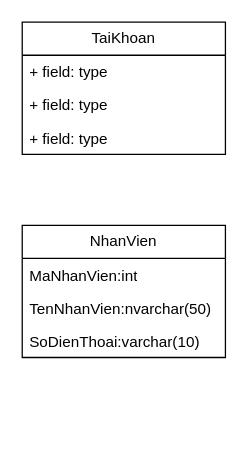
maivantai2003/vercelDemo keeps this draw.io diagram as j2ee.drawio. Above is the earlier version. Source tidied: cells renumbered, new cells numbered last; positions are measured from the earlier drawing's top-left corner, leaving out a move shared by most shapes. Both pictures are drawn from the tidied source at 127%, with x=0, y=0 at pixel (22, 22).
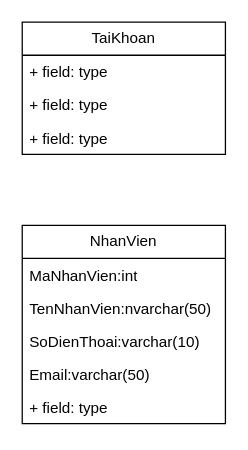
After the change.

Diff of the diagram source:
```diff
@@
 <mxGraphModel>
   <root>
     <mxCell id="0" />
     <mxCell id="1" parent="0" />
     <mxCell id="2" value="TaiKhoan" style="swimlane;fontStyle=0;horizontal=1;startSize=26;fillColor=none;whiteSpace=wrap;html=1;" parent="1" vertex="1">
       <mxGeometry width="160" height="104" as="geometry" />
     </mxCell>
     <mxCell id="3" value="+ field: type" style="text;strokeColor=none;fillColor=none;align=left;verticalAlign=top;spacingLeft=4;spacingRight=4;overflow=hidden;whiteSpace=wrap;html=1;" parent="2" vertex="1">
       <mxGeometry y="26" width="160" height="26" as="geometry" />
     </mxCell>
     <mxCell id="4" value="+ field: type" style="text;strokeColor=none;fillColor=none;align=left;verticalAlign=top;spacingLeft=4;spacingRight=4;overflow=hidden;whiteSpace=wrap;html=1;" parent="2" vertex="1">
       <mxGeometry y="52" width="160" height="26" as="geometry" />
     </mxCell>
-    <mxCell id="5" value="+ field: type" style="text;strokeColor=none;fillColor=none;align=left;verticalAlign=top;spacingLeft=4;spacingRight=4;overflow=hidden;whiteSpace=wrap;html=1;" parent="2" vertex="1">
-      <mxGeometry y="78" width="160" height="26" as="geometry" />
-    </mxCell>
+    <mxCell id="10" value="+ field: type" style="text;strokeColor=none;fillColor=none;align=left;verticalAlign=top;spacingLeft=4;spacingRight=4;overflow=hidden;whiteSpace=wrap;html=1;" parent="2" vertex="1">
+      <mxGeometry y="78" width="160" height="26" as="geometry" />
+    </mxCell>
     <mxCell id="6" value="NhanVien" style="swimlane;fontStyle=0;horizontal=1;startSize=26;fillColor=none;whiteSpace=wrap;html=1;" parent="1" vertex="1">
-      <mxGeometry y="160" width="160" height="104" as="geometry" />
+      <mxGeometry y="160" width="160" height="156" as="geometry" />
     </mxCell>
     <mxCell id="7" value="MaNhanVien:int" style="text;strokeColor=none;fillColor=none;align=left;verticalAlign=top;spacingLeft=4;spacingRight=4;overflow=hidden;whiteSpace=wrap;html=1;" parent="6" vertex="1">
       <mxGeometry y="26" width="160" height="26" as="geometry" />
     </mxCell>
     <mxCell id="8" value="TenNhanVien:nvarchar(50)" style="text;strokeColor=none;fillColor=none;align=left;verticalAlign=top;spacingLeft=4;spacingRight=4;overflow=hidden;whiteSpace=wrap;html=1;" parent="6" vertex="1">
       <mxGeometry y="52" width="160" height="26" as="geometry" />
     </mxCell>
     <mxCell id="9" value="SoDienThoai:varchar(10)" style="text;strokeColor=none;fillColor=none;align=left;verticalAlign=top;spacingLeft=4;spacingRight=4;overflow=hidden;whiteSpace=wrap;html=1;" parent="6" vertex="1">
       <mxGeometry y="78" width="160" height="26" as="geometry" />
     </mxCell>
+    <mxCell id="5" value="Email:varchar(50)" style="text;strokeColor=none;fillColor=none;align=left;verticalAlign=top;spacingLeft=4;spacingRight=4;overflow=hidden;whiteSpace=wrap;html=1;" parent="6" vertex="1">
+      <mxGeometry y="104" width="160" height="26" as="geometry" />
+    </mxCell>
+    <mxCell id="11" value="+ field: type" style="text;strokeColor=none;fillColor=none;align=left;verticalAlign=top;spacingLeft=4;spacingRight=4;overflow=hidden;whiteSpace=wrap;html=1;" parent="6" vertex="1">
+      <mxGeometry y="130" width="160" height="26" as="geometry" />
+    </mxCell>
   </root>
 </mxGraphModel>
```
